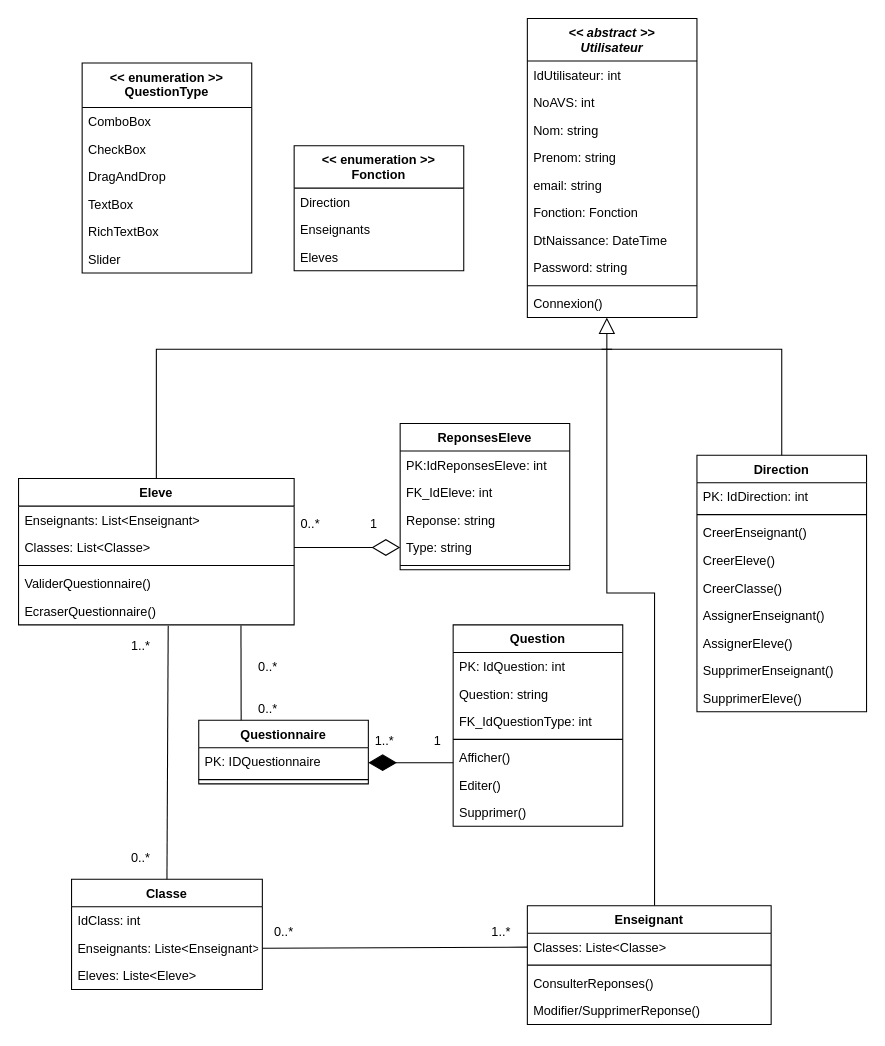
This is DiagramClass.drawio from Devetik/Diagrammes, a draw.io file, before an edit. Source tidied: cells renumbered, new cells numbered last; positions are measured from the earlier drawing's top-left corner, leaving out a move shared by most shapes. Both pictures are drawn from the tidied source at 106%, with x=0, y=0 at pixel (18, 18).
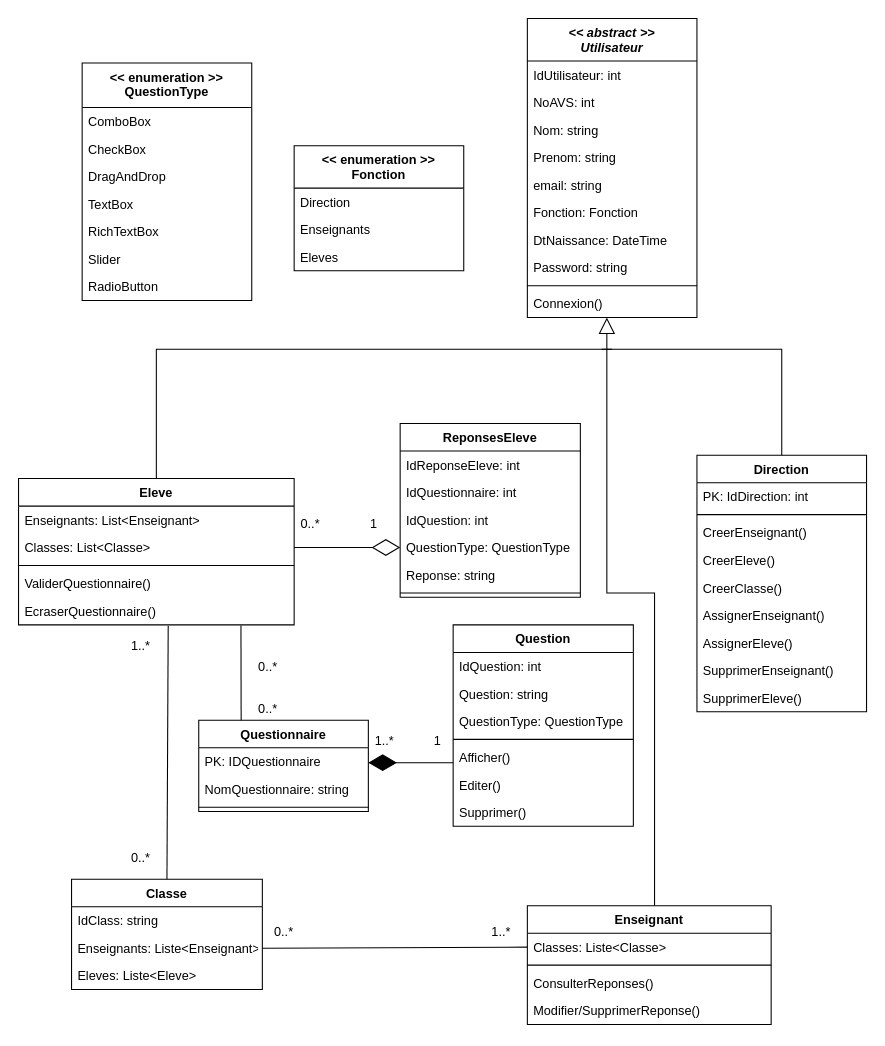
Above is the later version.

The change refers to these unchanged cells:
```xml
<mxCell id="14" value="Classe" style="swimlane;fontStyle=1;align=center;verticalAlign=top;horizontal=1;startSize=26;" parent="1" vertex="1">
  <mxGeometry x="50" y="812" width="180" height="104" as="geometry" />
</mxCell>
```

Change to the diagram source:
```diff
@@
-    <mxCell id="15" value="IdClass: int" style="text;strokeColor=none;fillColor=none;align=left;verticalAlign=top;spacingLeft=4;spacingRight=4;overflow=hidden;" parent="14" vertex="1">
+    <mxCell id="15" value="IdClass: string" style="text;strokeColor=none;fillColor=none;align=left;verticalAlign=top;spacingLeft=4;spacingRight=4;overflow=hidden;" parent="14" vertex="1">
       <mxGeometry y="26" width="180" height="26" as="geometry" />
     </mxCell>
@@
     <mxCell id="28" value="Question" style="swimlane;fontStyle=1;align=center;verticalAlign=top;horizontal=1;startSize=26;" parent="1" vertex="1">
-      <mxGeometry x="410" y="572" width="160" height="190" as="geometry" />
+      <mxGeometry x="410" y="572" width="170" height="190" as="geometry" />
     </mxCell>
-    <mxCell id="29" value="PK: IdQuestion: int" style="text;strokeColor=none;fillColor=none;align=left;verticalAlign=top;spacingLeft=4;spacingRight=4;overflow=hidden;" parent="28" vertex="1">
-      <mxGeometry y="26" width="160" height="26" as="geometry" />
+    <mxCell id="29" value="IdQuestion: int" style="text;strokeColor=none;fillColor=none;align=left;verticalAlign=top;spacingLeft=4;spacingRight=4;overflow=hidden;" parent="28" vertex="1">
+      <mxGeometry y="26" width="170" height="26" as="geometry" />
     </mxCell>
     <mxCell id="30" value="Question: string" style="text;strokeColor=none;fillColor=none;align=left;verticalAlign=top;spacingLeft=4;spacingRight=4;overflow=hidden;" parent="28" vertex="1">
-      <mxGeometry y="52" width="160" height="26" as="geometry" />
+      <mxGeometry y="52" width="170" height="26" as="geometry" />
     </mxCell>
-    <mxCell id="31" value="FK_IdQuestionType: int" style="text;strokeColor=none;fillColor=none;align=left;verticalAlign=top;spacingLeft=4;spacingRight=4;overflow=hidden;" parent="28" vertex="1">
-      <mxGeometry y="78" width="160" height="26" as="geometry" />
+    <mxCell id="31" value="QuestionType: QuestionType" style="text;strokeColor=none;fillColor=none;align=left;verticalAlign=top;spacingLeft=4;spacingRight=4;overflow=hidden;" parent="28" vertex="1">
+      <mxGeometry y="78" width="170" height="26" as="geometry" />
     </mxCell>
     <mxCell id="32" style="line;strokeWidth=1;fillColor=none;align=left;verticalAlign=middle;spacingTop=-1;spacingLeft=3;spacingRight=3;labelPosition=right;" parent="28" vertex="1">
-      <mxGeometry y="104" width="160" height="8" as="geometry" />
+      <mxGeometry y="104" width="170" height="8" as="geometry" />
     </mxCell>
     <mxCell id="33" value="Afficher()" style="text;strokeColor=none;fillColor=none;align=left;verticalAlign=top;spacingLeft=4;spacingRight=4;overflow=hidden;" parent="28" vertex="1">
-      <mxGeometry y="112" width="160" height="26" as="geometry" />
+      <mxGeometry y="112" width="170" height="26" as="geometry" />
     </mxCell>
     <mxCell id="34" value="Editer()" style="text;strokeColor=none;fillColor=none;align=left;verticalAlign=top;spacingLeft=4;spacingRight=4;overflow=hidden;" parent="28" vertex="1">
-      <mxGeometry y="138" width="160" height="26" as="geometry" />
+      <mxGeometry y="138" width="170" height="26" as="geometry" />
     </mxCell>
     <mxCell id="35" value="Supprimer()" style="text;strokeColor=none;fillColor=none;align=left;verticalAlign=top;spacingLeft=4;spacingRight=4;overflow=hidden;" parent="28" vertex="1">
-      <mxGeometry y="164" width="160" height="26" as="geometry" />
+      <mxGeometry y="164" width="170" height="26" as="geometry" />
     </mxCell>
     <mxCell id="36" value="ReponsesEleve" style="swimlane;fontStyle=1;align=center;verticalAlign=top;horizontal=1;startSize=26;" parent="1" vertex="1">
-      <mxGeometry x="360" y="382" width="160" height="138" as="geometry" />
+      <mxGeometry x="360" y="382" width="170" height="164" as="geometry" />
     </mxCell>
-    <mxCell id="37" value="PK:IdReponsesEleve: int" style="text;strokeColor=none;fillColor=none;align=left;verticalAlign=top;spacingLeft=4;spacingRight=4;overflow=hidden;" parent="36" vertex="1">
-      <mxGeometry y="26" width="160" height="26" as="geometry" />
+    <mxCell id="37" value="IdReponseEleve: int" style="text;strokeColor=none;fillColor=none;align=left;verticalAlign=top;spacingLeft=4;spacingRight=4;overflow=hidden;" parent="36" vertex="1">
+      <mxGeometry y="26" width="170" height="26" as="geometry" />
     </mxCell>
-    <mxCell id="38" value="FK_IdEleve: int" style="text;strokeColor=none;fillColor=none;align=left;verticalAlign=top;spacingLeft=4;spacingRight=4;overflow=hidden;" parent="36" vertex="1">
-      <mxGeometry y="52" width="160" height="26" as="geometry" />
+    <mxCell id="38" value="IdQuestionnaire: int" style="text;strokeColor=none;fillColor=none;align=left;verticalAlign=top;spacingLeft=4;spacingRight=4;overflow=hidden;" parent="36" vertex="1">
+      <mxGeometry y="52" width="170" height="26" as="geometry" />
     </mxCell>
-    <mxCell id="39" value="Reponse: string" style="text;strokeColor=none;fillColor=none;align=left;verticalAlign=top;spacingLeft=4;spacingRight=4;overflow=hidden;" parent="36" vertex="1">
-      <mxGeometry y="78" width="160" height="26" as="geometry" />
+    <mxCell id="39" value="IdQuestion: int" style="text;strokeColor=none;fillColor=none;align=left;verticalAlign=top;spacingLeft=4;spacingRight=4;overflow=hidden;" parent="36" vertex="1">
+      <mxGeometry y="78" width="170" height="26" as="geometry" />
     </mxCell>
-    <mxCell id="40" value="Type: string" style="text;strokeColor=none;fillColor=none;align=left;verticalAlign=top;spacingLeft=4;spacingRight=4;overflow=hidden;points=[[0,0.5],[1,0.5]];portConstraint=eastwest;" parent="36" vertex="1">
-      <mxGeometry y="104" width="160" height="26" as="geometry" />
+    <mxCell id="40" value="QuestionType: QuestionType" style="text;strokeColor=none;fillColor=none;align=left;verticalAlign=top;spacingLeft=4;spacingRight=4;overflow=hidden;points=[[0,0.5],[1,0.5]];portConstraint=eastwest;" parent="36" vertex="1">
+      <mxGeometry y="104" width="170" height="26" as="geometry" />
     </mxCell>
+    <mxCell id="84" value="Reponse: string" style="text;strokeColor=none;fillColor=none;align=left;verticalAlign=top;spacingLeft=4;spacingRight=4;overflow=hidden;" parent="36" vertex="1">
+      <mxGeometry y="130" width="170" height="26" as="geometry" />
+    </mxCell>
     <mxCell id="41" style="line;strokeWidth=1;fillColor=none;align=left;verticalAlign=middle;spacingTop=-1;spacingLeft=3;spacingRight=3;labelPosition=right;" parent="36" vertex="1">
-      <mxGeometry y="130" width="160" height="8" as="geometry" />
+      <mxGeometry y="156" width="170" height="8" as="geometry" />
     </mxCell>
@@
     <mxCell id="49" value="Questionnaire" style="swimlane;fontStyle=1;align=center;verticalAlign=top;horizontal=1;startSize=26;strokeWidth=1;" parent="1" vertex="1">
-      <mxGeometry x="170" y="662" width="160" height="60" as="geometry" />
+      <mxGeometry x="170" y="662" width="160" height="86" as="geometry" />
     </mxCell>
@@
+    <mxCell id="85" value="NomQuestionnaire: string" style="text;strokeColor=none;fillColor=none;align=left;verticalAlign=top;spacingLeft=4;spacingRight=4;overflow=hidden;" parent="49" vertex="1">
+      <mxGeometry y="52" width="160" height="26" as="geometry" />
+    </mxCell>
     <mxCell id="51" style="line;strokeWidth=1;fillColor=none;align=left;verticalAlign=middle;spacingTop=-1;spacingLeft=3;spacingRight=3;labelPosition=right;" parent="49" vertex="1">
-      <mxGeometry y="52" width="160" height="8" as="geometry" />
+      <mxGeometry y="78" width="160" height="8" as="geometry" />
     </mxCell>
@@
     <mxCell id="64" value="&lt;&lt; enumeration &gt;&gt;&#10;QuestionType" style="swimlane;fontStyle=1;align=center;verticalAlign=top;horizontal=1;startSize=42;strokeWidth=1;" parent="1" vertex="1">
-      <mxGeometry x="60" y="42" width="160" height="198" as="geometry" />
+      <mxGeometry x="60" y="42" width="160" height="224" as="geometry" />
     </mxCell>
@@
+    <mxCell id="86" value="RadioButton" style="text;strokeColor=none;fillColor=none;align=left;verticalAlign=top;spacingLeft=4;spacingRight=4;overflow=hidden;" parent="64" vertex="1">
+      <mxGeometry y="198" width="160" height="26" as="geometry" />
+    </mxCell>
```
